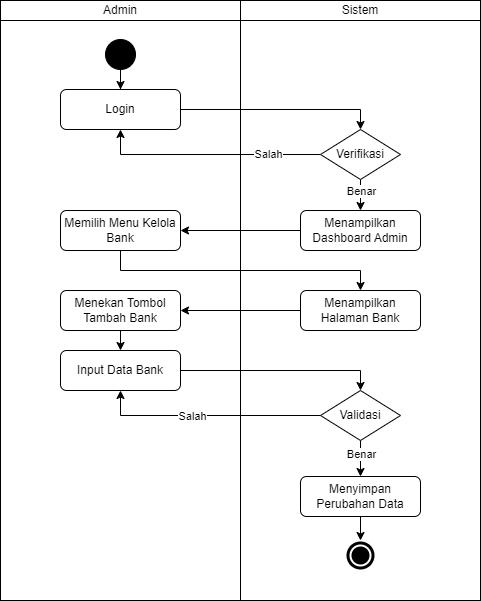
The draw.io diagram docs/activity-diagram/banks/create-bank.drawio.png in mitra-agro-usaha-perkebunan/maup-app-docs, before a commit. Source tidied: cells renumbered, new cells last; positions are measured from the earlier drawing's top-left corner, leaving out a move shared by most shapes.
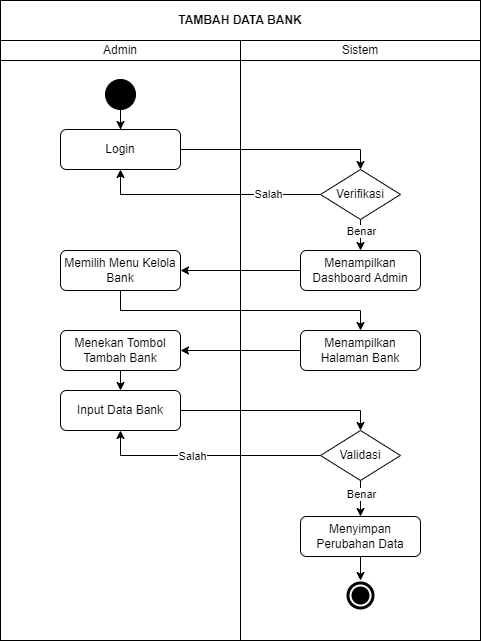
After the commit.

Change to the diagram source:
```diff
@@ -117,5 +117,8 @@
         <mxPoint y="-2" as="offset" />
       </mxGeometry>
     </mxCell>
+    <mxCell id="33" value="&lt;b&gt;TAMBAH DATA BANK&lt;/b&gt;" style="rounded=0;whiteSpace=wrap;html=1;" parent="1" vertex="1">
+      <mxGeometry y="-40" width="480" height="40" as="geometry" />
+    </mxCell>
   </root>
 </mxGraphModel>
```
